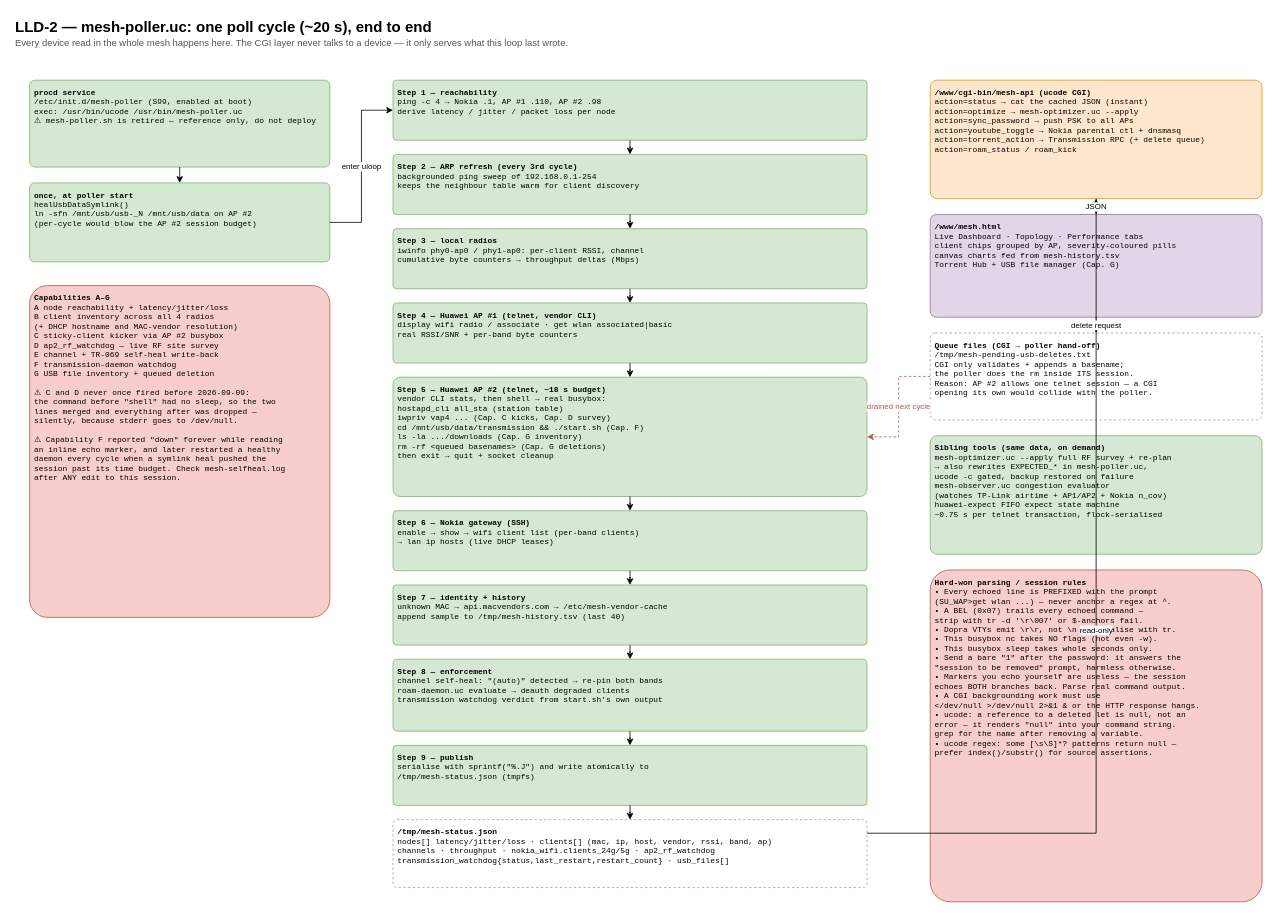
This is page "LLD-2 mesh-poller.uc cycle & data pipeline" (2 of 5) of docs/diagrams/LLD-whole-architecture.drawio from d2e/my-wifi-docs, a draw.io file, before an edit. Source tidied: cells renumbered, new cells numbered last; positions are measured from the earlier drawing's top-left corner, leaving out a move shared by most shapes. Both pictures are drawn from the tidied source at 79%, with x=0, y=0 at pixel (13, 13).
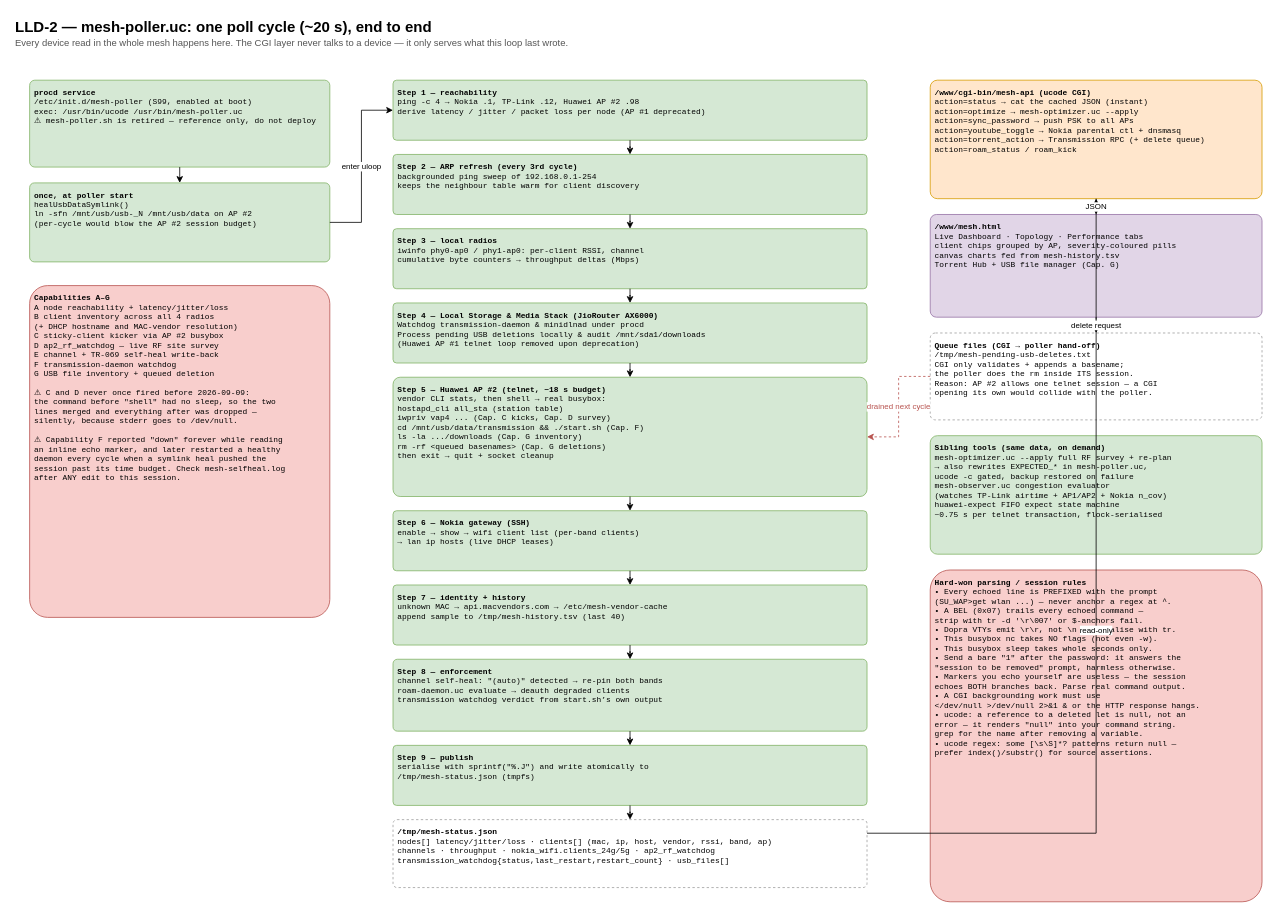
After the change.

Commit message (it also covers changes not shown here):
docs: deprecate Huawei AP #1, reflect JioRouter AX6000 and direct USB media host migration

What changed in the source:
```diff
@@
-    <mxCell id="5" value="&lt;b&gt;Step 1 — reachability&lt;/b&gt;&lt;br&gt;ping -c 4 → Nokia .1, AP #1 .110, AP #2 .98&lt;br&gt;derive latency / jitter / packet loss per node" style="rounded=1;whiteSpace=wrap;html=1;align=left;verticalAlign=top;spacing=6;fontSize=11;arcSize=6;fillColor=#d5e8d4;strokeColor=#82b366;fontFamily=Courier New;fontSize=10;" parent="1" vertex="1">
+    <mxCell id="5" value="&lt;b&gt;Step 1 — reachability&lt;/b&gt;&lt;br&gt;ping -c 4 → Nokia .1, TP-Link .12, Huawei AP #2 .98&lt;br&gt;derive latency / jitter / packet loss per node (AP #1 deprecated)" style="rounded=1;whiteSpace=wrap;html=1;align=left;verticalAlign=top;spacing=6;fontSize=11;arcSize=6;fillColor=#d5e8d4;strokeColor=#82b366;fontFamily=Courier New;fontSize=10;" parent="1" vertex="1">
       <mxGeometry x="480" y="84" width="600" height="76" as="geometry" />
     </mxCell>
@@
-    <mxCell id="8" value="&lt;b&gt;Step 4 — Huawei AP #1 (telnet, vendor CLI)&lt;/b&gt;&lt;br&gt;display wifi radio / associate · get wlan associated|basic&lt;br&gt;real RSSI/SNR + per-band byte counters" style="rounded=1;whiteSpace=wrap;html=1;align=left;verticalAlign=top;spacing=6;fontSize=11;arcSize=6;fillColor=#d5e8d4;strokeColor=#82b366;fontFamily=Courier New;fontSize=10;" parent="1" vertex="1">
+    <mxCell id="8" value="&lt;b&gt;Step 4 — Local Storage &amp;amp; Media Stack (JioRouter AX6000)&lt;/b&gt;&lt;br&gt;Watchdog transmission-daemon &amp;amp; minidlnad under procd&lt;br&gt;Process pending USB deletions locally &amp;amp; audit /mnt/sda1/downloads&lt;br&gt;(Huawei AP #1 telnet loop removed upon deprecation)" style="rounded=1;whiteSpace=wrap;html=1;align=left;verticalAlign=top;spacing=6;fontSize=11;arcSize=6;fillColor=#d5e8d4;strokeColor=#82b366;fontFamily=Courier New;fontSize=10;" parent="1" vertex="1">
       <mxGeometry x="480" y="366" width="600" height="76" as="geometry" />
     </mxCell>
```
